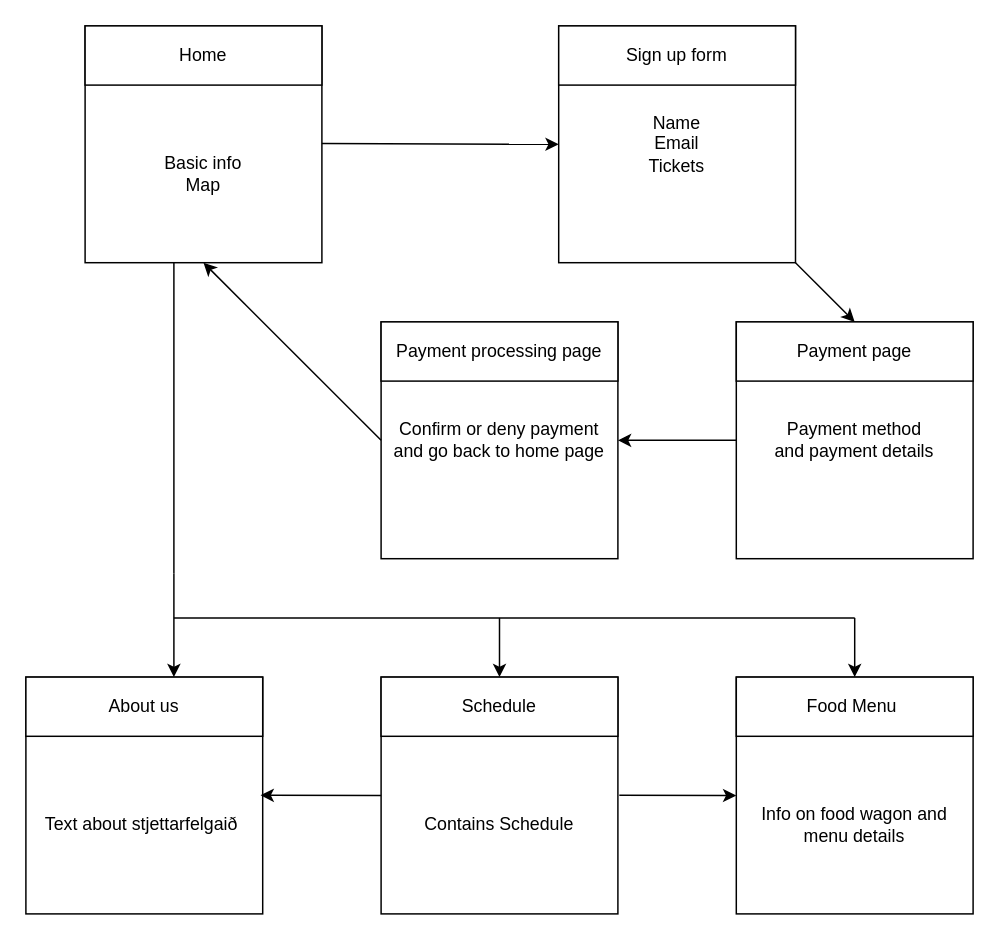
Above: Sitemap/Site_map.drawio in TheTimidMew/Vefhonnun_verkefni_6 (draw.io), before the change. Source tidied: cells renumbered, new cells numbered last; positions are measured from the earlier drawing's top-left corner, leaving out a move shared by most shapes. Both pictures are drawn from the tidied source at 148%, with x=0, y=0 at pixel (25, 25).
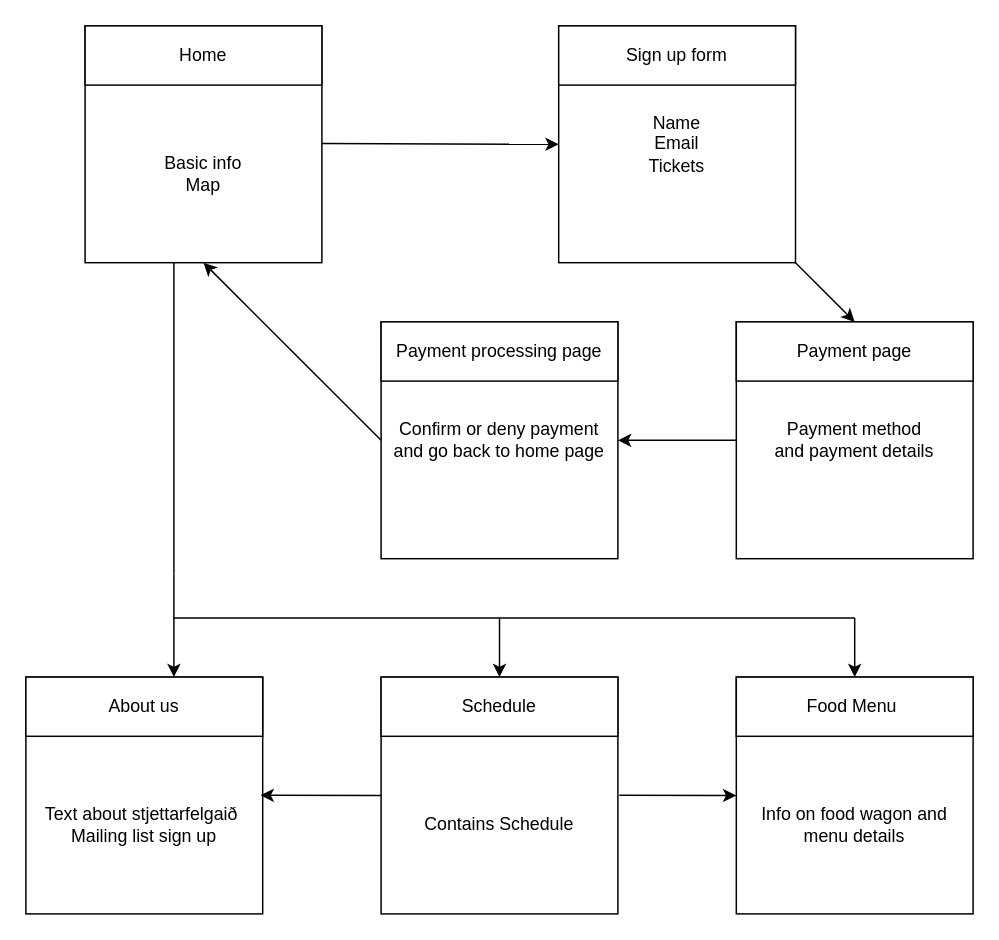
After the change.

The edit, as a diff of the source:
```diff
@@
-    <mxCell id="10" value="Text about stjettarfelgaið&amp;nbsp;" style="text;html=1;align=center;verticalAlign=middle;whiteSpace=wrap;rounded=0;" parent="1" vertex="1">
+    <mxCell id="10" value="Text about stjettarfelgaið&amp;nbsp;&lt;div&gt;Mailing list sign up&lt;/div&gt;" style="text;html=1;align=center;verticalAlign=middle;whiteSpace=wrap;rounded=0;" parent="1" vertex="1">
       <mxGeometry y="480" width="160" height="120" as="geometry" />
     </mxCell>
```
